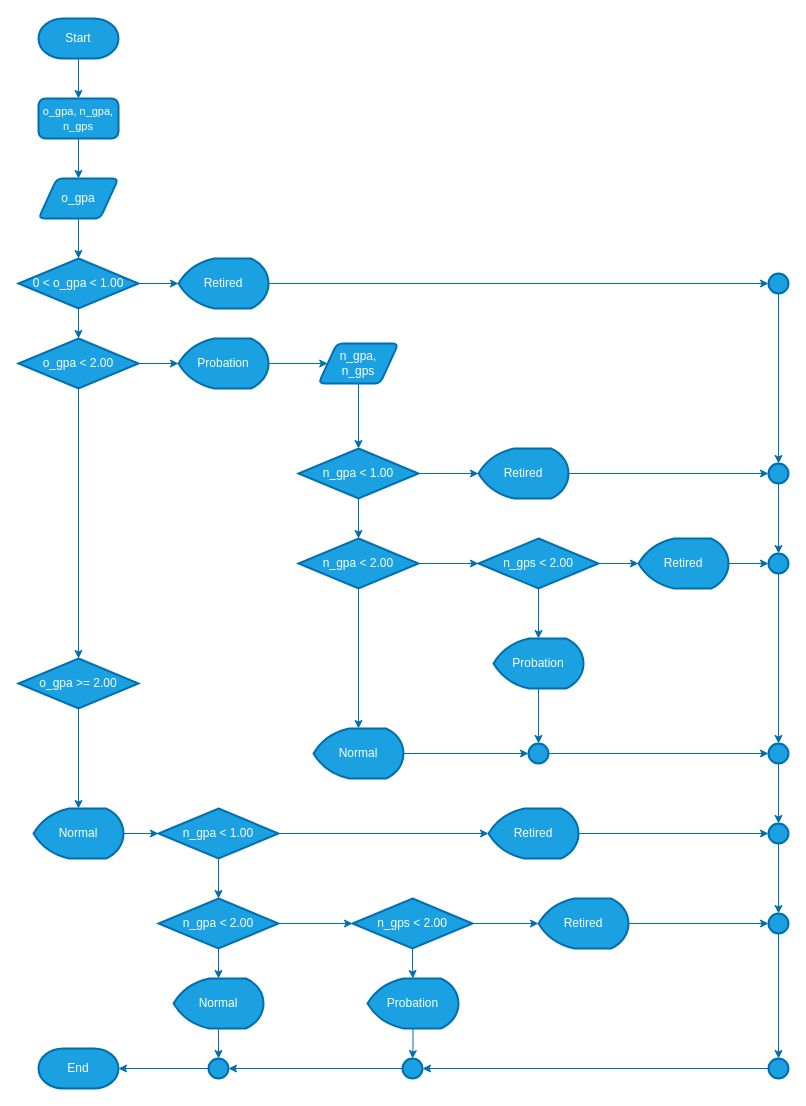
Earlier version of the draw.io diagram page "Page-1" (1 of 2) of assign01.drawio (ProfDetermined/uni-works). Source tidied: cells renumbered, new cells numbered last; positions are measured from the earlier drawing's top-left corner, leaving out a move shared by most shapes. Both pictures are drawn from the tidied source at 100%, with x=0, y=0 at pixel (18, 18).
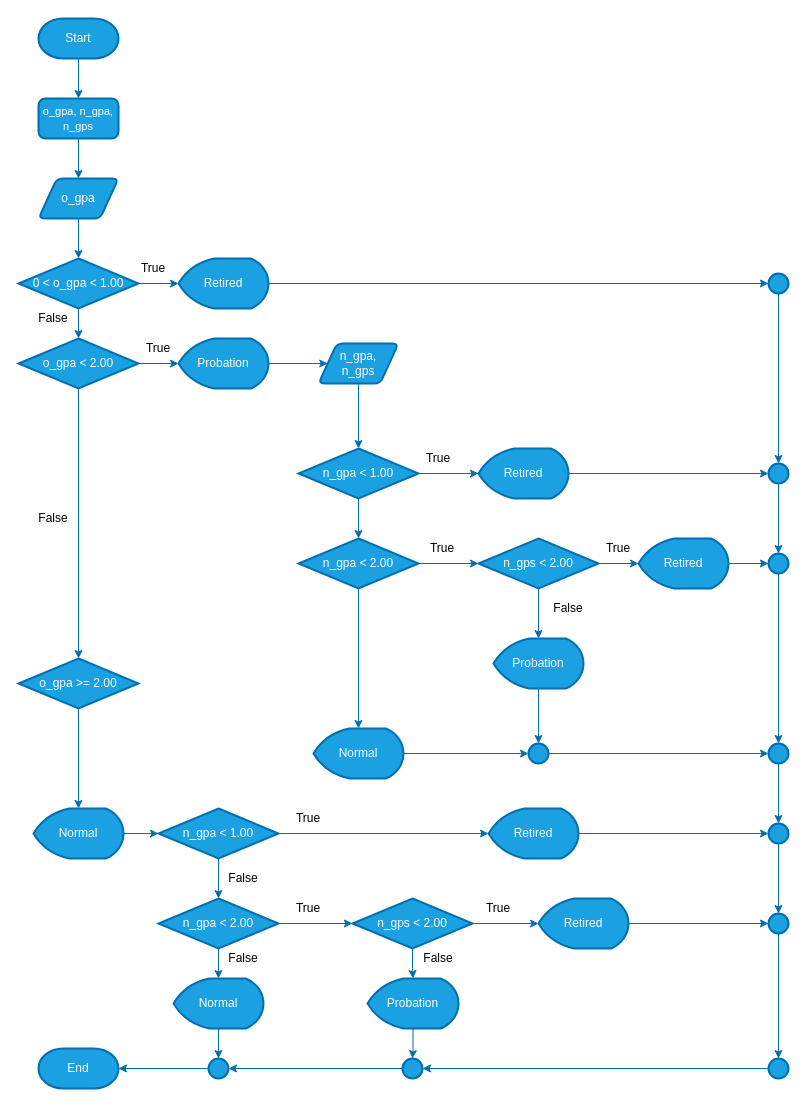
The same diagram, later.

Change to the diagram source:
```diff
@@
+    <mxCell id="79" value="True" style="text;html=1;strokeColor=none;fillColor=none;align=center;verticalAlign=middle;whiteSpace=wrap;rounded=0;" parent="1" vertex="1">
+      <mxGeometry x="115" y="240" width="40" height="20" as="geometry" />
+    </mxCell>
+    <mxCell id="80" value="False" style="text;html=1;strokeColor=none;fillColor=none;align=center;verticalAlign=middle;whiteSpace=wrap;rounded=0;" parent="1" vertex="1">
+      <mxGeometry x="15" y="290" width="40" height="20" as="geometry" />
+    </mxCell>
+    <mxCell id="81" value="False" style="text;html=1;strokeColor=none;fillColor=none;align=center;verticalAlign=middle;whiteSpace=wrap;rounded=0;" parent="1" vertex="1">
+      <mxGeometry x="15" y="490" width="40" height="20" as="geometry" />
+    </mxCell>
+    <mxCell id="82" value="True" style="text;html=1;strokeColor=none;fillColor=none;align=center;verticalAlign=middle;whiteSpace=wrap;rounded=0;" parent="1" vertex="1">
+      <mxGeometry x="120" y="320" width="40" height="20" as="geometry" />
+    </mxCell>
+    <mxCell id="83" value="True" style="text;html=1;strokeColor=none;fillColor=none;align=center;verticalAlign=middle;whiteSpace=wrap;rounded=0;" parent="1" vertex="1">
+      <mxGeometry x="400" y="430" width="40" height="20" as="geometry" />
+    </mxCell>
+    <mxCell id="84" value="True" style="text;html=1;strokeColor=none;fillColor=none;align=center;verticalAlign=middle;whiteSpace=wrap;rounded=0;" parent="1" vertex="1">
+      <mxGeometry x="404" y="520" width="40" height="20" as="geometry" />
+    </mxCell>
+    <mxCell id="85" value="True" style="text;html=1;strokeColor=none;fillColor=none;align=center;verticalAlign=middle;whiteSpace=wrap;rounded=0;" parent="1" vertex="1">
+      <mxGeometry x="580" y="520" width="40" height="20" as="geometry" />
+    </mxCell>
+    <mxCell id="86" value="True" style="text;html=1;strokeColor=none;fillColor=none;align=center;verticalAlign=middle;whiteSpace=wrap;rounded=0;" parent="1" vertex="1">
+      <mxGeometry x="270" y="790" width="40" height="20" as="geometry" />
+    </mxCell>
+    <mxCell id="87" value="False" style="text;html=1;strokeColor=none;fillColor=none;align=center;verticalAlign=middle;whiteSpace=wrap;rounded=0;" parent="1" vertex="1">
+      <mxGeometry x="205" y="850" width="40" height="20" as="geometry" />
+    </mxCell>
+    <mxCell id="88" value="False" style="text;html=1;strokeColor=none;fillColor=none;align=center;verticalAlign=middle;whiteSpace=wrap;rounded=0;" parent="1" vertex="1">
+      <mxGeometry x="205" y="930" width="40" height="20" as="geometry" />
+    </mxCell>
+    <mxCell id="89" value="True" style="text;html=1;strokeColor=none;fillColor=none;align=center;verticalAlign=middle;whiteSpace=wrap;rounded=0;" parent="1" vertex="1">
+      <mxGeometry x="270" y="880" width="40" height="20" as="geometry" />
+    </mxCell>
+    <mxCell id="90" value="True" style="text;html=1;strokeColor=none;fillColor=none;align=center;verticalAlign=middle;whiteSpace=wrap;rounded=0;" parent="1" vertex="1">
+      <mxGeometry x="460" y="880" width="40" height="20" as="geometry" />
+    </mxCell>
+    <mxCell id="91" value="False" style="text;html=1;strokeColor=none;fillColor=none;align=center;verticalAlign=middle;whiteSpace=wrap;rounded=0;" parent="1" vertex="1">
+      <mxGeometry x="400" y="930" width="40" height="20" as="geometry" />
+    </mxCell>
+    <mxCell id="92" value="False" style="text;html=1;strokeColor=none;fillColor=none;align=center;verticalAlign=middle;whiteSpace=wrap;rounded=0;" parent="1" vertex="1">
+      <mxGeometry x="530" y="580" width="40" height="20" as="geometry" />
+    </mxCell>
```
